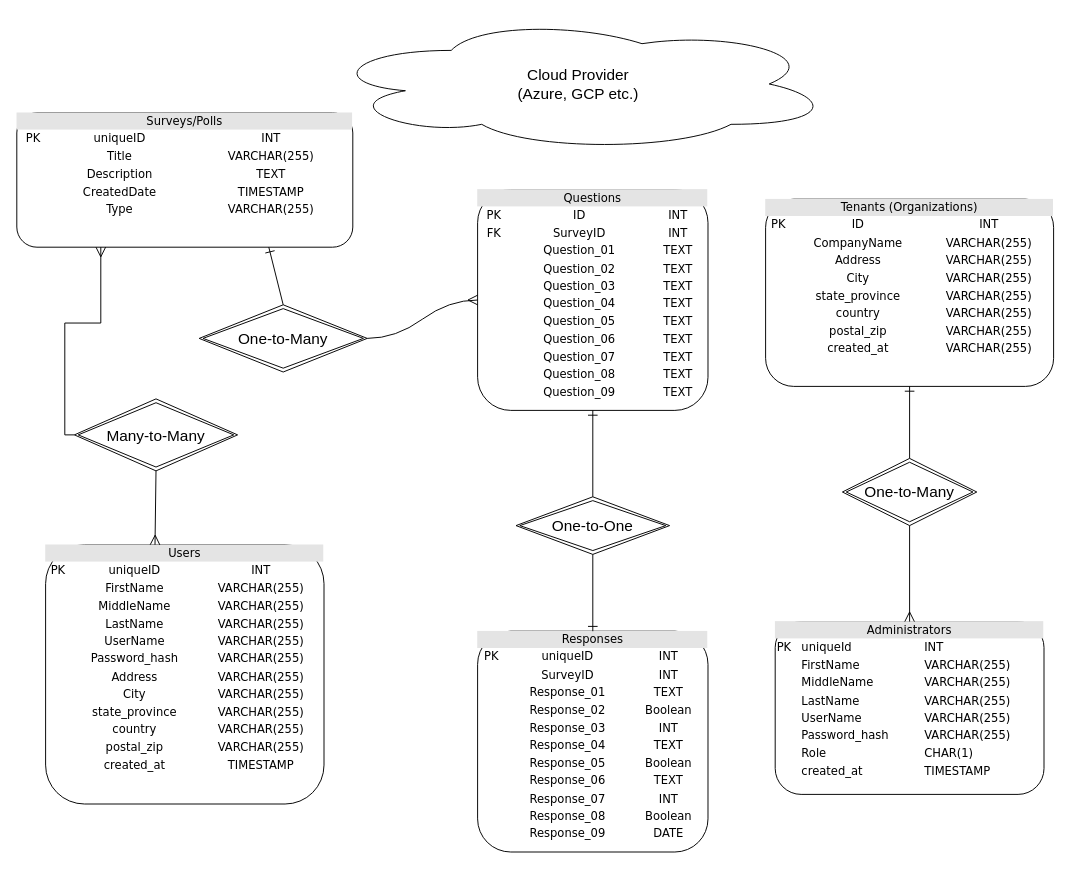
The draw.io diagram diagrams/db_diagram.drawio in GitBap/PollsPlanet, before the edit. Source tidied: cells renumbered, new cells numbered last; positions are measured from the earlier drawing's top-left corner, leaving out a move shared by most shapes. Both pictures are drawn from the tidied source at 96%, with x=0, y=0 at pixel (16, 16).
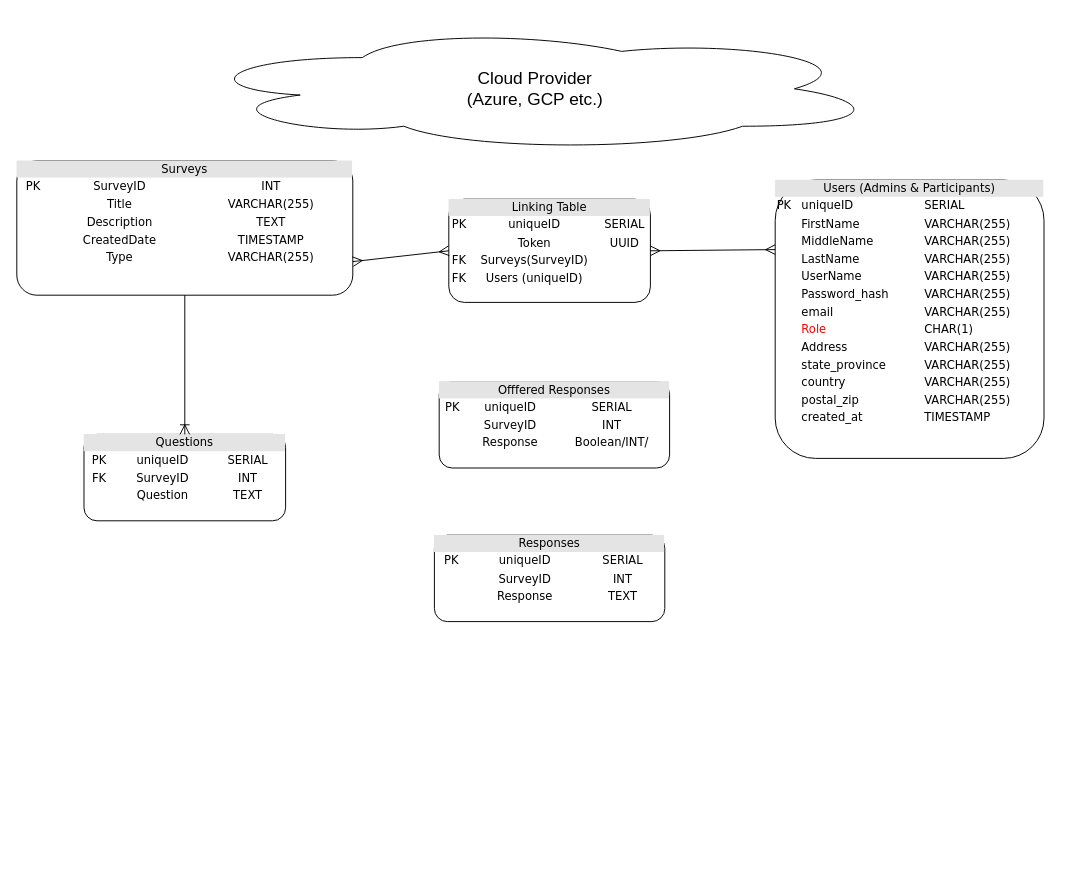
Above is the later version.

Diff of the diagram source:
```diff
@@
-    <mxCell id="2" value="&lt;div style=&quot;box-sizing: border-box; width: 100%; background: rgb(228, 228, 228); padding: 2px;&quot;&gt;Surveys/Polls&lt;/div&gt;&lt;table style=&quot;width: 100% ; font-size: 1em&quot; cellpadding=&quot;2&quot; cellspacing=&quot;0&quot;&gt;&lt;tbody&gt;&lt;tr&gt;&lt;td style=&quot;&quot;&gt;PK&lt;/td&gt;&lt;td&gt;uniqueID&lt;/td&gt;&lt;td&gt;INT&lt;/td&gt;&lt;/tr&gt;&lt;tr&gt;&lt;td&gt;&lt;br&gt;&lt;/td&gt;&lt;td&gt;Title&lt;/td&gt;&lt;td&gt;VARCHAR(255)&lt;/td&gt;&lt;/tr&gt;&lt;tr&gt;&lt;td&gt;&lt;br&gt;&lt;/td&gt;&lt;td&gt;Description&lt;/td&gt;&lt;td&gt;TEXT&lt;/td&gt;&lt;/tr&gt;&lt;tr&gt;&lt;td&gt;&lt;br&gt;&lt;/td&gt;&lt;td&gt;CreatedDate&lt;/td&gt;&lt;td&gt;TIMESTAMP&lt;/td&gt;&lt;/tr&gt;&lt;tr&gt;&lt;td&gt;&lt;br&gt;&lt;/td&gt;&lt;td&gt;Type&lt;/td&gt;&lt;td&gt;VARCHAR(255)&lt;/td&gt;&lt;/tr&gt;&lt;tr&gt;&lt;td&gt;&lt;br&gt;&lt;/td&gt;&lt;td&gt;&lt;br&gt;&lt;/td&gt;&lt;td&gt;&lt;br&gt;&lt;/td&gt;&lt;/tr&gt;&lt;tr&gt;&lt;td&gt;&lt;br&gt;&lt;/td&gt;&lt;td&gt;&lt;br&gt;&lt;/td&gt;&lt;td&gt;&lt;br&gt;&lt;/td&gt;&lt;/tr&gt;&lt;/tbody&gt;&lt;/table&gt;" style="verticalAlign=top;align=center;overflow=fill;html=1;rounded=1;shadow=0;comic=0;labelBackgroundColor=none;strokeWidth=1;fontFamily=Verdana;fontSize=12;" parent="1" vertex="1">
-      <mxGeometry y="100" width="350" height="140" as="geometry" />
+    <mxCell id="2" value="&lt;div style=&quot;box-sizing: border-box; width: 100%; background: rgb(228, 228, 228); padding: 2px;&quot;&gt;Surveys&lt;/div&gt;&lt;table style=&quot;width: 100% ; font-size: 1em&quot; cellpadding=&quot;2&quot; cellspacing=&quot;0&quot;&gt;&lt;tbody&gt;&lt;tr&gt;&lt;td style=&quot;&quot;&gt;PK&lt;/td&gt;&lt;td&gt;SurveyID&lt;/td&gt;&lt;td&gt;INT&lt;/td&gt;&lt;/tr&gt;&lt;tr&gt;&lt;td&gt;&lt;br&gt;&lt;/td&gt;&lt;td&gt;Title&lt;/td&gt;&lt;td&gt;VARCHAR(255)&lt;/td&gt;&lt;/tr&gt;&lt;tr&gt;&lt;td&gt;&lt;br&gt;&lt;/td&gt;&lt;td&gt;Description&lt;/td&gt;&lt;td&gt;TEXT&lt;/td&gt;&lt;/tr&gt;&lt;tr&gt;&lt;td&gt;&lt;br&gt;&lt;/td&gt;&lt;td&gt;CreatedDate&lt;/td&gt;&lt;td&gt;TIMESTAMP&lt;/td&gt;&lt;/tr&gt;&lt;tr&gt;&lt;td&gt;&lt;br&gt;&lt;/td&gt;&lt;td&gt;Type&lt;/td&gt;&lt;td&gt;VARCHAR(255)&lt;/td&gt;&lt;/tr&gt;&lt;tr&gt;&lt;td&gt;&lt;br&gt;&lt;/td&gt;&lt;td&gt;&lt;br&gt;&lt;/td&gt;&lt;td&gt;&lt;br&gt;&lt;/td&gt;&lt;/tr&gt;&lt;tr&gt;&lt;td&gt;&lt;br&gt;&lt;/td&gt;&lt;td&gt;&lt;br&gt;&lt;/td&gt;&lt;td&gt;&lt;br&gt;&lt;/td&gt;&lt;/tr&gt;&lt;/tbody&gt;&lt;/table&gt;" style="verticalAlign=top;align=center;overflow=fill;html=1;rounded=1;shadow=0;comic=0;labelBackgroundColor=none;strokeWidth=1;fontFamily=Verdana;fontSize=12;" parent="1" vertex="1">
+      <mxGeometry y="150" width="350" height="140" as="geometry" />
     </mxCell>
-    <mxCell id="3" value="&lt;div style=&quot;box-sizing: border-box; width: 100%; background: rgb(228, 228, 228); padding: 2px;&quot;&gt;Tenants (Organizations)&lt;/div&gt;&lt;table style=&quot;width: 100% ; font-size: 1em&quot; cellpadding=&quot;2&quot; cellspacing=&quot;0&quot;&gt;&lt;tbody&gt;&lt;tr&gt;&lt;td&gt;PK&lt;/td&gt;&lt;td&gt;ID&lt;/td&gt;&lt;td&gt;INT&lt;/td&gt;&lt;/tr&gt;&lt;tr&gt;&lt;td&gt;&lt;/td&gt;&lt;td&gt;CompanyName&lt;/td&gt;&lt;td&gt;VARCHAR(255)&lt;/td&gt;&lt;/tr&gt;&lt;tr&gt;&lt;td&gt;&lt;br&gt;&lt;/td&gt;&lt;td&gt;Address&lt;/td&gt;&lt;td&gt;VARCHAR(255)&lt;/td&gt;&lt;/tr&gt;&lt;tr&gt;&lt;td&gt;&lt;br&gt;&lt;/td&gt;&lt;td&gt;City&lt;/td&gt;&lt;td&gt;VARCHAR(255)&lt;/td&gt;&lt;/tr&gt;&lt;tr&gt;&lt;td&gt;&lt;br&gt;&lt;/td&gt;&lt;td&gt;state_province&lt;/td&gt;&lt;td&gt;VARCHAR(255)&lt;/td&gt;&lt;/tr&gt;&lt;tr&gt;&lt;td&gt;&lt;br&gt;&lt;/td&gt;&lt;td&gt;country&lt;/td&gt;&lt;td&gt;VARCHAR(255)&lt;/td&gt;&lt;/tr&gt;&lt;tr&gt;&lt;td&gt;&lt;br&gt;&lt;/td&gt;&lt;td&gt;postal_zip&lt;/td&gt;&lt;td&gt;VARCHAR(255)&lt;/td&gt;&lt;/tr&gt;&lt;tr&gt;&lt;td&gt;&lt;br&gt;&lt;/td&gt;&lt;td&gt;created_at&lt;/td&gt;&lt;td&gt;VARCHAR(255)&lt;/td&gt;&lt;/tr&gt;&lt;tr&gt;&lt;td&gt;&lt;br&gt;&lt;/td&gt;&lt;td&gt;&lt;br&gt;&lt;/td&gt;&lt;td&gt;&lt;br&gt;&lt;/td&gt;&lt;/tr&gt;&lt;/tbody&gt;&lt;/table&gt;" style="verticalAlign=top;align=center;overflow=fill;html=1;rounded=1;shadow=0;comic=0;labelBackgroundColor=none;strokeWidth=1;fontFamily=Verdana;fontSize=12;" parent="1" vertex="1">
-      <mxGeometry x="780" y="190" width="300" height="195" as="geometry" />
-    </mxCell>
-    <mxCell id="4" value="&lt;div style=&quot;box-sizing: border-box; width: 100%; background: rgb(228, 228, 228); padding: 2px;&quot;&gt;Users&lt;/div&gt;&lt;table style=&quot;width:100%;font-size:1em;&quot; cellpadding=&quot;2&quot; cellspacing=&quot;0&quot;&gt;&lt;tbody&gt;&lt;tr&gt;&lt;td&gt;PK&lt;/td&gt;&lt;td&gt;uniqueID&lt;/td&gt;&lt;td&gt;INT&lt;br&gt;&lt;/td&gt;&lt;/tr&gt;&lt;tr&gt;&lt;td&gt;&lt;br&gt;&lt;/td&gt;&lt;td&gt;FirstName&lt;/td&gt;&lt;td&gt;VARCHAR(255)&lt;/td&gt;&lt;/tr&gt;&lt;tr&gt;&lt;td&gt;&lt;/td&gt;&lt;td&gt;MiddleName&lt;br&gt;&lt;/td&gt;&lt;td&gt;VARCHAR(255)&lt;br&gt;&lt;/td&gt;&lt;/tr&gt;&lt;tr&gt;&lt;td&gt;&lt;br&gt;&lt;/td&gt;&lt;td&gt;LastName&lt;/td&gt;&lt;td&gt;VARCHAR(255)&lt;/td&gt;&lt;/tr&gt;&lt;tr&gt;&lt;td&gt;&lt;br&gt;&lt;/td&gt;&lt;td&gt;UserName&lt;/td&gt;&lt;td&gt;VARCHAR(255)&lt;/td&gt;&lt;/tr&gt;&lt;tr&gt;&lt;td&gt;&lt;br&gt;&lt;/td&gt;&lt;td&gt;Password_hash&lt;/td&gt;&lt;td&gt;VARCHAR(255)&lt;br&gt;&lt;/td&gt;&lt;/tr&gt;&lt;tr&gt;&lt;td&gt;&lt;br&gt;&lt;/td&gt;&lt;td&gt;Address&lt;/td&gt;&lt;td&gt;VARCHAR(255)&lt;/td&gt;&lt;/tr&gt;&lt;tr&gt;&lt;td&gt;&lt;br&gt;&lt;/td&gt;&lt;td&gt;City&lt;/td&gt;&lt;td&gt;VARCHAR(255)&lt;/td&gt;&lt;/tr&gt;&lt;tr&gt;&lt;td&gt;&lt;br&gt;&lt;/td&gt;&lt;td&gt;state_province&lt;/td&gt;&lt;td&gt;VARCHAR(255)&lt;/td&gt;&lt;/tr&gt;&lt;tr&gt;&lt;td&gt;&lt;br&gt;&lt;/td&gt;&lt;td&gt;country&lt;/td&gt;&lt;td&gt;VARCHAR(255)&lt;/td&gt;&lt;/tr&gt;&lt;tr&gt;&lt;td&gt;&lt;br&gt;&lt;/td&gt;&lt;td&gt;postal_zip&lt;/td&gt;&lt;td&gt;VARCHAR(255)&lt;/td&gt;&lt;/tr&gt;&lt;tr&gt;&lt;td&gt;&lt;br&gt;&lt;/td&gt;&lt;td&gt;created_at&lt;/td&gt;&lt;td&gt;TIMESTAMP&lt;/td&gt;&lt;/tr&gt;&lt;/tbody&gt;&lt;/table&gt;" style="verticalAlign=top;align=center;overflow=fill;html=1;rounded=1;shadow=0;comic=0;labelBackgroundColor=none;strokeWidth=1;fontFamily=Verdana;fontSize=12;" parent="1" vertex="1">
-      <mxGeometry x="30" y="550" width="290" height="270" as="geometry" />
-    </mxCell>
-    <mxCell id="5" value="&lt;div style=&quot;box-sizing: border-box ; width: 100% ; background: #e4e4e4 ; padding: 2px&quot;&gt;Questions&lt;/div&gt;&lt;table style=&quot;width: 100% ; font-size: 1em&quot; cellpadding=&quot;2&quot; cellspacing=&quot;0&quot;&gt;&lt;tbody&gt;&lt;tr&gt;&lt;td&gt;PK&lt;/td&gt;&lt;td&gt;ID&lt;/td&gt;&lt;td&gt;INT&lt;/td&gt;&lt;/tr&gt;&lt;tr&gt;&lt;td&gt;FK&lt;/td&gt;&lt;td&gt;SurveyID&lt;/td&gt;&lt;td&gt;INT&lt;/td&gt;&lt;/tr&gt;&lt;tr&gt;&lt;td&gt;&lt;br&gt;&lt;/td&gt;&lt;td&gt;Question_01&lt;br&gt;&lt;/td&gt;&lt;td&gt;TEXT&lt;/td&gt;&lt;/tr&gt;&lt;tr&gt;&lt;td&gt;&lt;br&gt;&lt;/td&gt;&lt;td&gt;Question_02&lt;br&gt;&lt;/td&gt;&lt;td&gt;TEXT&lt;br&gt;&lt;/td&gt;&lt;/tr&gt;&lt;tr&gt;&lt;td&gt;&lt;br&gt;&lt;/td&gt;&lt;td&gt;Question_03&lt;br&gt;&lt;/td&gt;&lt;td&gt;TEXT&lt;/td&gt;&lt;/tr&gt;&lt;tr&gt;&lt;td&gt;&lt;br&gt;&lt;/td&gt;&lt;td&gt;Question_04&lt;br&gt;&lt;/td&gt;&lt;td&gt;TEXT&lt;br&gt;&lt;/td&gt;&lt;/tr&gt;&lt;tr&gt;&lt;td&gt;&lt;br&gt;&lt;/td&gt;&lt;td&gt;Question_05&lt;br&gt;&lt;/td&gt;&lt;td&gt;TEXT&lt;br&gt;&lt;/td&gt;&lt;/tr&gt;&lt;tr&gt;&lt;td&gt;&lt;br&gt;&lt;/td&gt;&lt;td&gt;Question_06&lt;br&gt;&lt;/td&gt;&lt;td&gt;TEXT&lt;br&gt;&lt;/td&gt;&lt;/tr&gt;&lt;tr&gt;&lt;td&gt;&lt;br&gt;&lt;/td&gt;&lt;td&gt;Question_07&lt;br&gt;&lt;/td&gt;&lt;td&gt;TEXT&lt;br&gt;&lt;/td&gt;&lt;/tr&gt;&lt;tr&gt;&lt;td&gt;&lt;br&gt;&lt;/td&gt;&lt;td&gt;Question_08&lt;br&gt;&lt;/td&gt;&lt;td&gt;TEXT&lt;br&gt;&lt;/td&gt;&lt;/tr&gt;&lt;tr&gt;&lt;td&gt;&lt;br&gt;&lt;/td&gt;&lt;td&gt;Question_09&lt;br&gt;&lt;/td&gt;&lt;td&gt;TEXT&lt;br&gt;&lt;/td&gt;&lt;/tr&gt;&lt;/tbody&gt;&lt;/table&gt;" style="verticalAlign=top;align=center;overflow=fill;html=1;rounded=1;shadow=0;comic=0;labelBackgroundColor=none;strokeWidth=1;fontFamily=Verdana;fontSize=12;" parent="1" vertex="1">
-      <mxGeometry x="480" y="180" width="240" height="230" as="geometry" />
+    <mxCell id="5" value="&lt;div style=&quot;box-sizing: border-box ; width: 100% ; background: #e4e4e4 ; padding: 2px&quot;&gt;Questions&lt;/div&gt;&lt;table style=&quot;width: 100% ; font-size: 1em&quot; cellpadding=&quot;2&quot; cellspacing=&quot;0&quot;&gt;&lt;tbody&gt;&lt;tr&gt;&lt;td&gt;PK&lt;/td&gt;&lt;td&gt;uniqueID&lt;/td&gt;&lt;td&gt;SERIAL&lt;/td&gt;&lt;/tr&gt;&lt;tr&gt;&lt;td&gt;FK&lt;/td&gt;&lt;td&gt;SurveyID&lt;/td&gt;&lt;td&gt;INT&lt;/td&gt;&lt;/tr&gt;&lt;tr&gt;&lt;td&gt;&lt;br&gt;&lt;/td&gt;&lt;td&gt;Question&lt;br&gt;&lt;/td&gt;&lt;td&gt;TEXT&lt;/td&gt;&lt;/tr&gt;&lt;tr&gt;&lt;td&gt;&lt;br&gt;&lt;/td&gt;&lt;td&gt;&lt;/td&gt;&lt;td&gt;&lt;/td&gt;&lt;/tr&gt;&lt;/tbody&gt;&lt;/table&gt;" style="verticalAlign=top;align=center;overflow=fill;html=1;rounded=1;shadow=0;comic=0;labelBackgroundColor=none;strokeWidth=1;fontFamily=Verdana;fontSize=12;" parent="1" vertex="1">
+      <mxGeometry x="70" y="435" width="210" height="90" as="geometry" />
     </mxCell>
-    <mxCell id="6" value="&lt;div style=&quot;text-align: center; box-sizing: border-box; width: 100%; background: rgb(228, 228, 228); padding: 2px;&quot;&gt;Administrators&lt;/div&gt;&lt;table style=&quot;width:100%;font-size:1em;&quot; cellpadding=&quot;2&quot; cellspacing=&quot;0&quot;&gt;&lt;tbody&gt;&lt;tr&gt;&lt;td&gt;PK&lt;/td&gt;&lt;td&gt;uniqueId&lt;/td&gt;&lt;td&gt;INT&lt;/td&gt;&lt;/tr&gt;&lt;tr&gt;&lt;td&gt;&lt;br&gt;&lt;/td&gt;&lt;td&gt;FirstName&lt;/td&gt;&lt;td&gt;VARCHAR(255)&lt;br&gt;&lt;/td&gt;&lt;/tr&gt;&lt;tr&gt;&lt;td&gt;&lt;br&gt;&lt;/td&gt;&lt;td&gt;MiddleName&lt;/td&gt;&lt;td&gt;VARCHAR(255)&lt;br&gt;&lt;/td&gt;&lt;/tr&gt;&lt;tr&gt;&lt;td&gt;&lt;br&gt;&lt;/td&gt;&lt;td&gt;LastName&lt;br&gt;&lt;/td&gt;&lt;td&gt;VARCHAR(255)&lt;/td&gt;&lt;/tr&gt;&lt;tr&gt;&lt;td&gt;&lt;br&gt;&lt;/td&gt;&lt;td&gt;UserName&lt;/td&gt;&lt;td&gt;VARCHAR(255)&lt;/td&gt;&lt;/tr&gt;&lt;tr&gt;&lt;td&gt;&lt;br&gt;&lt;/td&gt;&lt;td&gt;Password_hash&lt;/td&gt;&lt;td&gt;VARCHAR(255)&lt;/td&gt;&lt;/tr&gt;&lt;tr&gt;&lt;td&gt;&lt;br&gt;&lt;/td&gt;&lt;td&gt;Role&lt;/td&gt;&lt;td&gt;CHAR(1)&lt;/td&gt;&lt;/tr&gt;&lt;tr&gt;&lt;td&gt;&lt;br&gt;&lt;/td&gt;&lt;td&gt;created_at&lt;/td&gt;&lt;td&gt;TIMESTAMP&lt;/td&gt;&lt;/tr&gt;&lt;/tbody&gt;&lt;/table&gt;" style="verticalAlign=top;align=left;overflow=fill;html=1;rounded=1;shadow=0;comic=0;labelBackgroundColor=none;strokeWidth=1;fontFamily=Verdana;fontSize=12;" parent="1" vertex="1">
-      <mxGeometry x="790" y="630" width="280" height="180" as="geometry" />
+    <mxCell id="6" value="&lt;div style=&quot;text-align: center; box-sizing: border-box; width: 100%; background: rgb(228, 228, 228); padding: 2px;&quot;&gt;Users (Admins &amp;amp; Participants)&lt;/div&gt;&lt;table style=&quot;width:100%;font-size:1em;&quot; cellpadding=&quot;2&quot; cellspacing=&quot;0&quot;&gt;&lt;tbody&gt;&lt;tr&gt;&lt;td&gt;PK&lt;/td&gt;&lt;td&gt;uniqueID&lt;/td&gt;&lt;td&gt;SERIAL&lt;/td&gt;&lt;/tr&gt;&lt;tr&gt;&lt;td&gt;&lt;br&gt;&lt;/td&gt;&lt;td&gt;FirstName&lt;/td&gt;&lt;td&gt;VARCHAR(255)&lt;br&gt;&lt;/td&gt;&lt;/tr&gt;&lt;tr&gt;&lt;td&gt;&lt;br&gt;&lt;/td&gt;&lt;td&gt;MiddleName&lt;/td&gt;&lt;td&gt;VARCHAR(255)&lt;br&gt;&lt;/td&gt;&lt;/tr&gt;&lt;tr&gt;&lt;td&gt;&lt;br&gt;&lt;/td&gt;&lt;td&gt;LastName&lt;br&gt;&lt;/td&gt;&lt;td&gt;VARCHAR(255)&lt;/td&gt;&lt;/tr&gt;&lt;tr&gt;&lt;td&gt;&lt;br&gt;&lt;/td&gt;&lt;td&gt;UserName&lt;/td&gt;&lt;td&gt;VARCHAR(255)&lt;/td&gt;&lt;/tr&gt;&lt;tr&gt;&lt;td&gt;&lt;br&gt;&lt;/td&gt;&lt;td&gt;Password_hash&lt;/td&gt;&lt;td&gt;VARCHAR(255)&lt;/td&gt;&lt;/tr&gt;&lt;tr&gt;&lt;td&gt;&lt;br&gt;&lt;/td&gt;&lt;td&gt;email&lt;/td&gt;&lt;td&gt;VARCHAR(255)&lt;/td&gt;&lt;/tr&gt;&lt;tr&gt;&lt;td&gt;&lt;br&gt;&lt;/td&gt;&lt;td&gt;&lt;font color=&quot;#fa0000&quot;&gt;Role&lt;/font&gt;&lt;/td&gt;&lt;td&gt;CHAR(1)&lt;/td&gt;&lt;/tr&gt;&lt;tr&gt;&lt;td&gt;&lt;br&gt;&lt;/td&gt;&lt;td&gt;Address&lt;br&gt;&lt;/td&gt;&lt;td&gt;VARCHAR(255)&lt;br&gt;&lt;/td&gt;&lt;/tr&gt;&lt;tr&gt;&lt;td&gt;&lt;br&gt;&lt;/td&gt;&lt;td&gt;state_province&lt;/td&gt;&lt;td&gt;VARCHAR(255)&lt;br&gt;&lt;/td&gt;&lt;/tr&gt;&lt;tr&gt;&lt;td&gt;&lt;br&gt;&lt;/td&gt;&lt;td&gt;country&lt;/td&gt;&lt;td&gt;VARCHAR(255)&lt;br&gt;&lt;/td&gt;&lt;/tr&gt;&lt;tr&gt;&lt;td&gt;&lt;br&gt;&lt;/td&gt;&lt;td&gt;postal_zip&lt;/td&gt;&lt;td&gt;VARCHAR(255)&lt;br&gt;&lt;/td&gt;&lt;/tr&gt;&lt;tr&gt;&lt;td&gt;&lt;br&gt;&lt;/td&gt;&lt;td&gt;created_at&lt;/td&gt;&lt;td&gt;TIMESTAMP&lt;/td&gt;&lt;/tr&gt;&lt;/tbody&gt;&lt;/table&gt;" style="verticalAlign=top;align=left;overflow=fill;html=1;rounded=1;shadow=0;comic=0;labelBackgroundColor=none;strokeWidth=1;fontFamily=Verdana;fontSize=12;" parent="1" vertex="1">
+      <mxGeometry x="790" y="170" width="280" height="290" as="geometry" />
     </mxCell>
-    <mxCell id="7" value="Cloud Provider&lt;br&gt;(Azure, GCP etc.)" style="ellipse;shape=cloud;whiteSpace=wrap;html=1;align=center;fontSize=16;" parent="1" vertex="1">
-      <mxGeometry x="320" width="530" height="140" as="geometry" />
+    <mxCell id="7" value="&lt;font style=&quot;font-size: 18px;&quot;&gt;Cloud Provider&lt;br&gt;(Azure, GCP etc.)&lt;/font&gt;" style="ellipse;shape=cloud;whiteSpace=wrap;html=1;align=center;fontSize=16;" parent="1" vertex="1">
+      <mxGeometry x="180" y="10" width="720" height="130" as="geometry" />
     </mxCell>
-    <mxCell id="8" value="One-to-Many" style="shape=rhombus;double=1;perimeter=rhombusPerimeter;whiteSpace=wrap;html=1;align=center;fontSize=16;" parent="1" vertex="1">
-      <mxGeometry x="860" y="460" width="140" height="70" as="geometry" />
-    </mxCell>
-    <mxCell id="9" value="One-to-Many" style="shape=rhombus;double=1;perimeter=rhombusPerimeter;whiteSpace=wrap;html=1;align=center;fontSize=16;" parent="1" vertex="1">
-      <mxGeometry x="190" y="300" width="175" height="70" as="geometry" />
-    </mxCell>
-    <mxCell id="10" value="Many-to-Many" style="shape=rhombus;double=1;perimeter=rhombusPerimeter;whiteSpace=wrap;html=1;align=center;fontSize=16;" parent="1" vertex="1">
-      <mxGeometry x="60" y="398" width="170" height="75" as="geometry" />
-    </mxCell>
-    <mxCell id="11" value="One-to-One" style="shape=rhombus;double=1;perimeter=rhombusPerimeter;whiteSpace=wrap;html=1;align=center;fontSize=16;" parent="1" vertex="1">
-      <mxGeometry x="520" y="500" width="160" height="60" as="geometry" />
-    </mxCell>
-    <mxCell id="12" value="&lt;div style=&quot;box-sizing: border-box ; width: 100% ; background: #e4e4e4 ; padding: 2px&quot;&gt;Responses&lt;/div&gt;&lt;table style=&quot;width: 100% ; font-size: 1em&quot; cellpadding=&quot;2&quot; cellspacing=&quot;0&quot;&gt;&lt;tbody&gt;&lt;tr&gt;&lt;td&gt;PK&lt;/td&gt;&lt;td&gt;uniqueID&lt;/td&gt;&lt;td&gt;INT&lt;/td&gt;&lt;/tr&gt;&lt;tr&gt;&lt;td&gt;&lt;/td&gt;&lt;td&gt;SurveyID&lt;/td&gt;&lt;td&gt;INT&lt;/td&gt;&lt;/tr&gt;&lt;tr&gt;&lt;td&gt;&lt;br&gt;&lt;/td&gt;&lt;td&gt;Response_01&lt;br&gt;&lt;/td&gt;&lt;td&gt;TEXT&lt;/td&gt;&lt;/tr&gt;&lt;tr&gt;&lt;td&gt;&lt;br&gt;&lt;/td&gt;&lt;td&gt;Response_02&lt;br&gt;&lt;/td&gt;&lt;td&gt;Boolean&lt;br&gt;&lt;/td&gt;&lt;/tr&gt;&lt;tr&gt;&lt;td&gt;&lt;br&gt;&lt;/td&gt;&lt;td&gt;Response_03&lt;br&gt;&lt;/td&gt;&lt;td&gt;INT&lt;/td&gt;&lt;/tr&gt;&lt;tr&gt;&lt;td&gt;&lt;br&gt;&lt;/td&gt;&lt;td&gt;Response_04&lt;br&gt;&lt;/td&gt;&lt;td&gt;TEXT&lt;br&gt;&lt;/td&gt;&lt;/tr&gt;&lt;tr&gt;&lt;td&gt;&lt;br&gt;&lt;/td&gt;&lt;td&gt;Response_05&lt;br&gt;&lt;/td&gt;&lt;td&gt;Boolean&lt;br&gt;&lt;/td&gt;&lt;/tr&gt;&lt;tr&gt;&lt;td&gt;&lt;br&gt;&lt;/td&gt;&lt;td&gt;Response_06&lt;br&gt;&lt;/td&gt;&lt;td&gt;TEXT&lt;br&gt;&lt;/td&gt;&lt;/tr&gt;&lt;tr&gt;&lt;td&gt;&lt;br&gt;&lt;/td&gt;&lt;td&gt;Response_07&lt;br&gt;&lt;/td&gt;&lt;td&gt;INT&lt;br&gt;&lt;/td&gt;&lt;/tr&gt;&lt;tr&gt;&lt;td&gt;&lt;br&gt;&lt;/td&gt;&lt;td&gt;Response_08&lt;br&gt;&lt;/td&gt;&lt;td&gt;Boolean&lt;br&gt;&lt;/td&gt;&lt;/tr&gt;&lt;tr&gt;&lt;td&gt;&lt;br&gt;&lt;/td&gt;&lt;td&gt;Response_09&lt;br&gt;&lt;/td&gt;&lt;td&gt;DATE&lt;br&gt;&lt;/td&gt;&lt;/tr&gt;&lt;/tbody&gt;&lt;/table&gt;" style="verticalAlign=top;align=center;overflow=fill;html=1;rounded=1;shadow=0;comic=0;labelBackgroundColor=none;strokeWidth=1;fontFamily=Verdana;fontSize=12;" parent="1" vertex="1">
-      <mxGeometry x="480" y="640" width="240" height="230" as="geometry" />
+    <mxCell id="12" value="&lt;div style=&quot;box-sizing: border-box ; width: 100% ; background: #e4e4e4 ; padding: 2px&quot;&gt;Responses&lt;/div&gt;&lt;table style=&quot;width: 100% ; font-size: 1em&quot; cellpadding=&quot;2&quot; cellspacing=&quot;0&quot;&gt;&lt;tbody&gt;&lt;tr&gt;&lt;td&gt;PK&lt;/td&gt;&lt;td&gt;uniqueID&lt;/td&gt;&lt;td&gt;SERIAL&lt;/td&gt;&lt;/tr&gt;&lt;tr&gt;&lt;td&gt;&lt;/td&gt;&lt;td&gt;SurveyID&lt;/td&gt;&lt;td&gt;INT&lt;/td&gt;&lt;/tr&gt;&lt;tr&gt;&lt;td&gt;&lt;br&gt;&lt;/td&gt;&lt;td&gt;Response&lt;br&gt;&lt;/td&gt;&lt;td&gt;TEXT&lt;/td&gt;&lt;/tr&gt;&lt;tr&gt;&lt;td&gt;&lt;br&gt;&lt;/td&gt;&lt;td&gt;&lt;/td&gt;&lt;td&gt;&lt;/td&gt;&lt;/tr&gt;&lt;/tbody&gt;&lt;/table&gt;" style="verticalAlign=top;align=center;overflow=fill;html=1;rounded=1;shadow=0;comic=0;labelBackgroundColor=none;strokeWidth=1;fontFamily=Verdana;fontSize=12;" parent="1" vertex="1">
+      <mxGeometry x="435" y="540" width="240" height="90" as="geometry" />
     </mxCell>
-    <mxCell id="13" style="edgeStyle=entityRelationEdgeStyle;fontSize=12;html=1;endArrow=ERmany;rounded=0;startSize=8;endSize=8;curved=1;entryX=0;entryY=0.5;entryDx=0;entryDy=0;exitX=1;exitY=0.5;exitDx=0;exitDy=0;" parent="1" edge="1" source="9" target="5">
-      <mxGeometry relative="1" as="geometry" />
-    </mxCell>
-    <mxCell id="14" style="fontSize=12;html=1;endArrow=ERone;endFill=1;rounded=0;startSize=8;endSize=8;entryX=0.5;entryY=1;entryDx=0;entryDy=0;exitX=0.5;exitY=0;exitDx=0;exitDy=0;" parent="1" edge="1" source="11" target="5">
-      <mxGeometry relative="1" as="geometry" />
-    </mxCell>
-    <mxCell id="15" style="fontSize=12;html=1;endArrow=ERone;endFill=1;rounded=0;startSize=8;endSize=8;entryX=0.5;entryY=0;entryDx=0;entryDy=0;exitX=0.5;exitY=1;exitDx=0;exitDy=0;" parent="1" edge="1" source="11" target="12">
-      <mxGeometry relative="1" as="geometry" />
-    </mxCell>
-    <mxCell id="16" style="fontSize=12;html=1;endArrow=ERone;endFill=1;rounded=0;startSize=8;endSize=8;entryX=0.75;entryY=1;entryDx=0;entryDy=0;exitX=0.5;exitY=0;exitDx=0;exitDy=0;" parent="1" edge="1" source="9" target="2">
-      <mxGeometry relative="1" as="geometry" />
-    </mxCell>
-    <mxCell id="17" style="fontSize=12;html=1;endArrow=ERone;endFill=1;rounded=0;startSize=8;endSize=8;exitX=0.5;exitY=0;exitDx=0;exitDy=0;entryX=0.5;entryY=1;entryDx=0;entryDy=0;" parent="1" edge="1" source="8" target="3">
-      <mxGeometry relative="1" as="geometry" />
-    </mxCell>
-    <mxCell id="18" style="fontSize=12;html=1;endArrow=ERmany;rounded=0;startSize=8;endSize=8;exitX=0.5;exitY=1;exitDx=0;exitDy=0;" parent="1" edge="1" source="8" target="6">
-      <mxGeometry relative="1" as="geometry" />
-    </mxCell>
-    <mxCell id="19" style="edgeStyle=orthogonalEdgeStyle;fontSize=12;html=1;endArrow=ERmany;rounded=0;startSize=8;endSize=8;exitX=0;exitY=0.5;exitDx=0;exitDy=0;entryX=0.25;entryY=1;entryDx=0;entryDy=0;" parent="1" edge="1" source="10" target="2">
-      <mxGeometry relative="1" as="geometry" />
-    </mxCell>
-    <mxCell id="20" style="fontSize=12;html=1;endArrow=ERmany;rounded=0;startSize=8;endSize=8;exitX=0.5;exitY=1;exitDx=0;exitDy=0;entryX=0.393;entryY=0;entryDx=0;entryDy=0;entryPerimeter=0;" parent="1" edge="1" source="10" target="4">
-      <mxGeometry relative="1" as="geometry" />
-    </mxCell>
+    <mxCell id="21" value="&lt;div style=&quot;box-sizing: border-box ; width: 100% ; background: #e4e4e4 ; padding: 2px&quot;&gt;Linking Table&lt;/div&gt;&lt;table style=&quot;width: 100% ; font-size: 1em&quot; cellpadding=&quot;2&quot; cellspacing=&quot;0&quot;&gt;&lt;tbody&gt;&lt;tr&gt;&lt;td&gt;PK&lt;/td&gt;&lt;td&gt;uniqueID&lt;/td&gt;&lt;td&gt;SERIAL&lt;/td&gt;&lt;/tr&gt;&lt;tr&gt;&lt;td&gt;&lt;br&gt;&lt;/td&gt;&lt;td&gt;Token&lt;/td&gt;&lt;td&gt;UUID&lt;/td&gt;&lt;/tr&gt;&lt;tr&gt;&lt;td&gt;FK&lt;/td&gt;&lt;td&gt;Surveys(SurveyID)&lt;/td&gt;&lt;td&gt;&lt;br&gt;&lt;/td&gt;&lt;/tr&gt;&lt;tr&gt;&lt;td&gt;FK&lt;/td&gt;&lt;td&gt;Users (uniqueID)&lt;/td&gt;&lt;td&gt;&lt;br&gt;&lt;/td&gt;&lt;/tr&gt;&lt;tr&gt;&lt;td&gt;&lt;br&gt;&lt;/td&gt;&lt;td&gt;&lt;/td&gt;&lt;td&gt;&lt;/td&gt;&lt;/tr&gt;&lt;/tbody&gt;&lt;/table&gt;" style="verticalAlign=top;align=center;overflow=fill;html=1;rounded=1;shadow=0;comic=0;labelBackgroundColor=none;strokeWidth=1;fontFamily=Verdana;fontSize=12;" parent="1" vertex="1">
+      <mxGeometry x="450" y="190" width="210" height="107.5" as="geometry" />
+    </mxCell>
+    <mxCell id="22" style="fontSize=12;html=1;endArrow=ERoneToMany;rounded=0;startSize=8;endSize=8;entryX=0.5;entryY=0;entryDx=0;entryDy=0;exitX=0.5;exitY=1;exitDx=0;exitDy=0;" parent="1" edge="1" source="2" target="5">
+      <mxGeometry relative="1" as="geometry" />
+    </mxCell>
+    <mxCell id="23" style="fontSize=12;html=1;endArrow=ERmany;startArrow=ERmany;rounded=0;startSize=8;endSize=8;entryX=0;entryY=0.25;entryDx=0;entryDy=0;exitX=1;exitY=0.5;exitDx=0;exitDy=0;" parent="1" edge="1" source="21" target="6">
+      <mxGeometry relative="1" as="geometry" />
+    </mxCell>
+    <mxCell id="24" style="fontSize=12;html=1;endArrow=ERmany;startArrow=ERmany;rounded=0;startSize=8;endSize=8;exitX=1;exitY=0.75;exitDx=0;exitDy=0;entryX=0;entryY=0.5;entryDx=0;entryDy=0;" parent="1" edge="1" source="2" target="21">
+      <mxGeometry relative="1" as="geometry" />
+    </mxCell>
+    <mxCell id="25" value="&lt;div style=&quot;box-sizing: border-box ; width: 100% ; background: #e4e4e4 ; padding: 2px&quot;&gt;Offfered Responses&lt;/div&gt;&lt;table style=&quot;width: 100% ; font-size: 1em&quot; cellpadding=&quot;2&quot; cellspacing=&quot;0&quot;&gt;&lt;tbody&gt;&lt;tr&gt;&lt;td&gt;PK&lt;/td&gt;&lt;td&gt;uniqueID&lt;/td&gt;&lt;td&gt;SERIAL&lt;/td&gt;&lt;/tr&gt;&lt;tr&gt;&lt;td&gt;&lt;/td&gt;&lt;td&gt;SurveyID&lt;/td&gt;&lt;td&gt;INT&lt;/td&gt;&lt;/tr&gt;&lt;tr&gt;&lt;td&gt;&lt;br&gt;&lt;/td&gt;&lt;td&gt;Response&lt;br&gt;&lt;/td&gt;&lt;td&gt;Boolean/INT/&lt;/td&gt;&lt;/tr&gt;&lt;tr&gt;&lt;td&gt;&lt;br&gt;&lt;/td&gt;&lt;td&gt;&lt;/td&gt;&lt;td&gt;&lt;/td&gt;&lt;/tr&gt;&lt;/tbody&gt;&lt;/table&gt;" style="verticalAlign=top;align=center;overflow=fill;html=1;rounded=1;shadow=0;comic=0;labelBackgroundColor=none;strokeWidth=1;fontFamily=Verdana;fontSize=12;" parent="1" vertex="1">
+      <mxGeometry x="440" y="380" width="240" height="90" as="geometry" />
+    </mxCell>
```
